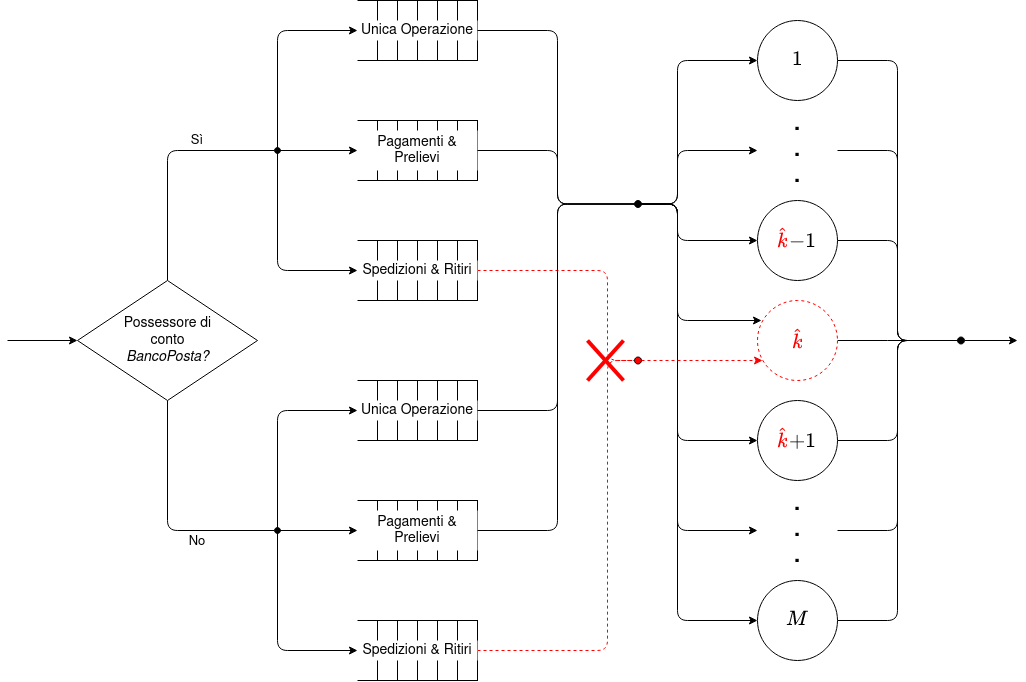
Before: doc/figs/modello-concettuale-sempl-1.png, a diagram exported from draw.io (tibwere/pmcsn-project). Source tidied: cells renumbered, new cells last; positions are measured from the earlier drawing's top-left corner, leaving out a move shared by most shapes.
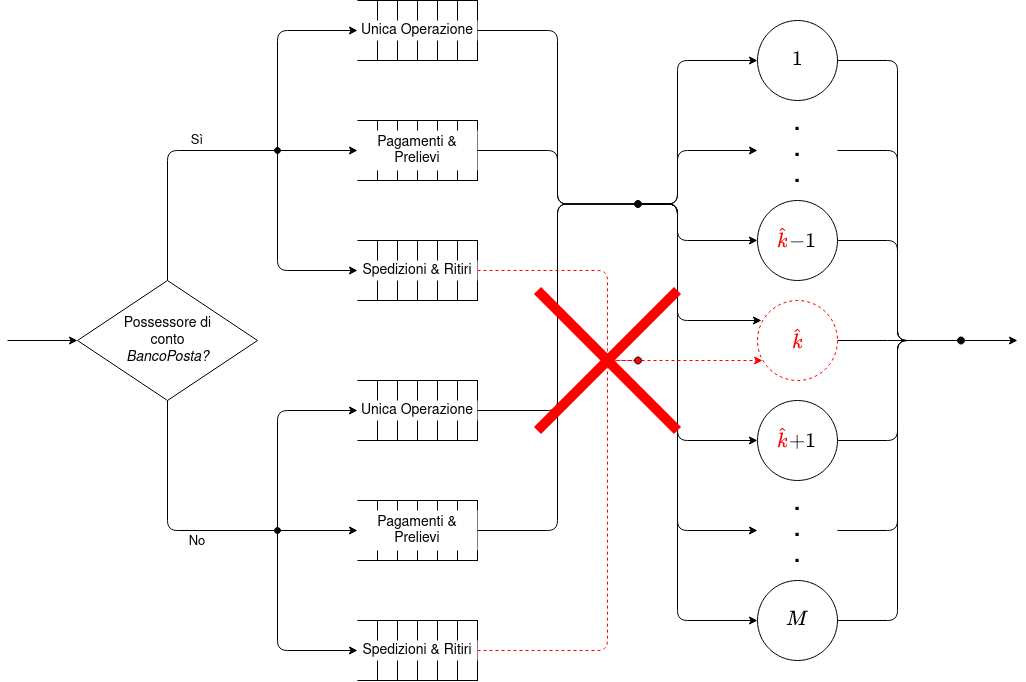
The same file after the commit.

Change to the diagram source:
```diff
@@ -488,19 +488,19 @@
     <mxCell id="113" value="&lt;div&gt;\(+1\)&lt;/div&gt;" style="text;html=1;strokeColor=none;fillColor=none;align=center;verticalAlign=middle;whiteSpace=wrap;rounded=0;shadow=0;fontSize=16;fontStyle=1;" parent="111" vertex="1">
       <mxGeometry x="10" y="3" width="40" height="20" as="geometry" />
     </mxCell>
-    <mxCell id="114" style="group;" parent="1" vertex="1">
-      <mxGeometry x="580" y="340" width="36" height="40" as="geometry" />
-    </mxCell>
+    <mxCell id="117" style="group;" parent="1" vertex="1">
+      <mxGeometry x="530" y="290" width="140" height="140" as="geometry" />
+    </mxCell>
-    <mxCell id="115" style="endArrow=none;html=1;strokeWidth=4;strokeColor=#FF0000;" parent="114" edge="1">
-      <mxGeometry relative="1" as="geometry">
+    <mxCell id="115" style="endArrow=none;html=1;strokeWidth=10;strokeColor=#FF0000;" parent="117" edge="1">
+      <mxGeometry as="geometry">
         <mxPoint as="sourcePoint" />
-        <mxPoint x="36" y="40" as="targetPoint" />
+        <mxPoint x="140" y="140" as="targetPoint" />
       </mxGeometry>
     </mxCell>
-    <mxCell id="116" style="endArrow=none;html=1;strokeWidth=4;strokeColor=#FF0000;" parent="114" edge="1">
-      <mxGeometry relative="1" as="geometry">
-        <mxPoint y="40" as="sourcePoint" />
-        <mxPoint x="36" as="targetPoint" />
+    <mxCell id="116" style="endArrow=none;html=1;strokeWidth=10;strokeColor=#FF0000;" parent="117" edge="1">
+      <mxGeometry as="geometry">
+        <mxPoint y="140" as="sourcePoint" />
+        <mxPoint x="140" as="targetPoint" />
       </mxGeometry>
     </mxCell>
   </root>
```
